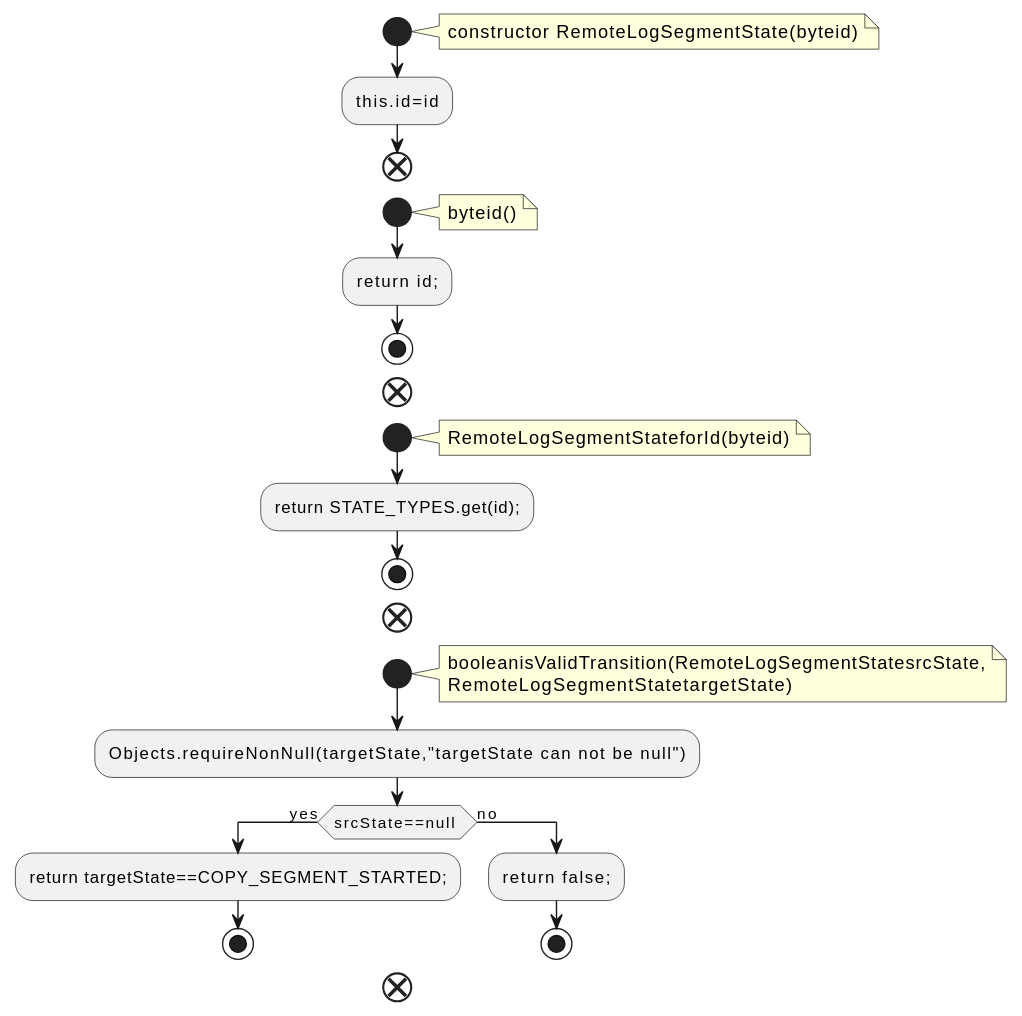
qualitesys/kafka keeps this PlantUML diagram as docs/qc/storage/api/src/main/java/org/apache/kafka/server/log/remote/storage/RemoteLogSegmentState.java.fct.svg. Above is the earlier version.
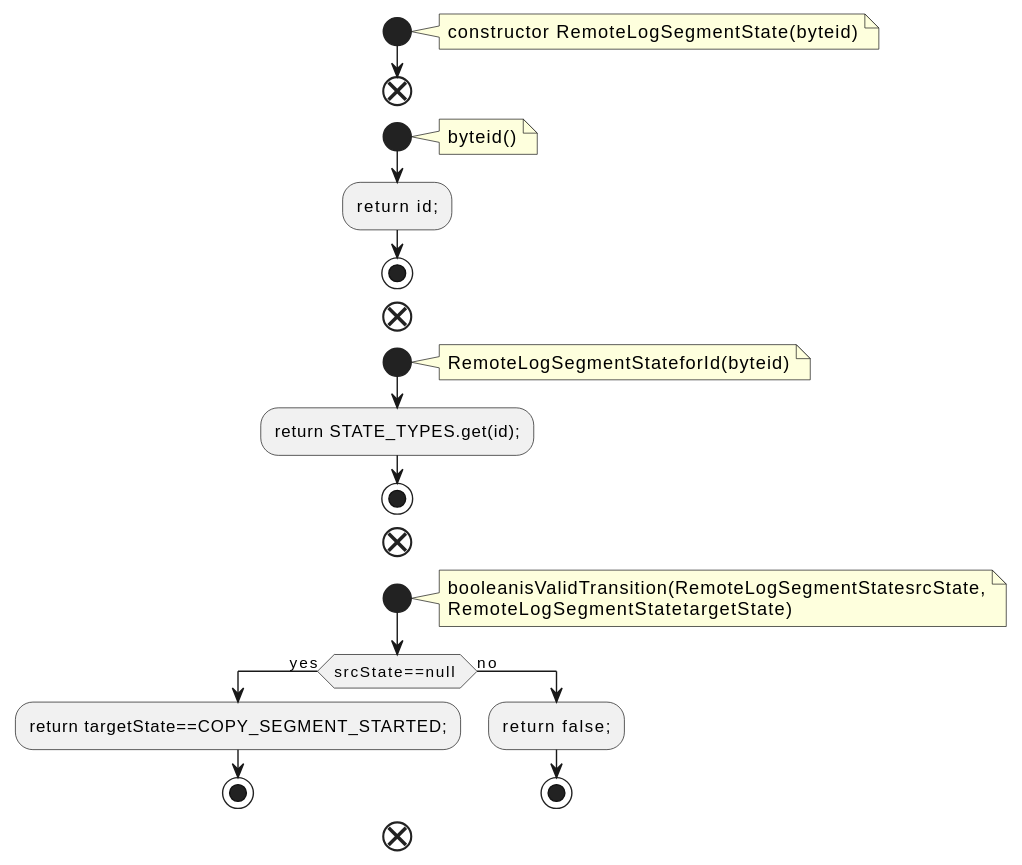
Above is the later version.

The edit, as a diff of the source:
```diff
@@ -4,7 +4,6 @@
 note right
 constructor RemoteLogSegmentState(byteid)
 end note
-:this.id=id;
 end
 start
 note right
@@ -25,7 +24,6 @@
 booleanisValidTransition(RemoteLogSegmentStatesrcState,
 RemoteLogSegmentStatetargetState)
 end note
-:Objects.requireNonNull(targetState,"targetState can not be null");
 if (srcState==null ) then (yes)
 :return targetState==COPY_SEGMENT_STARTED;;
 stop
```
